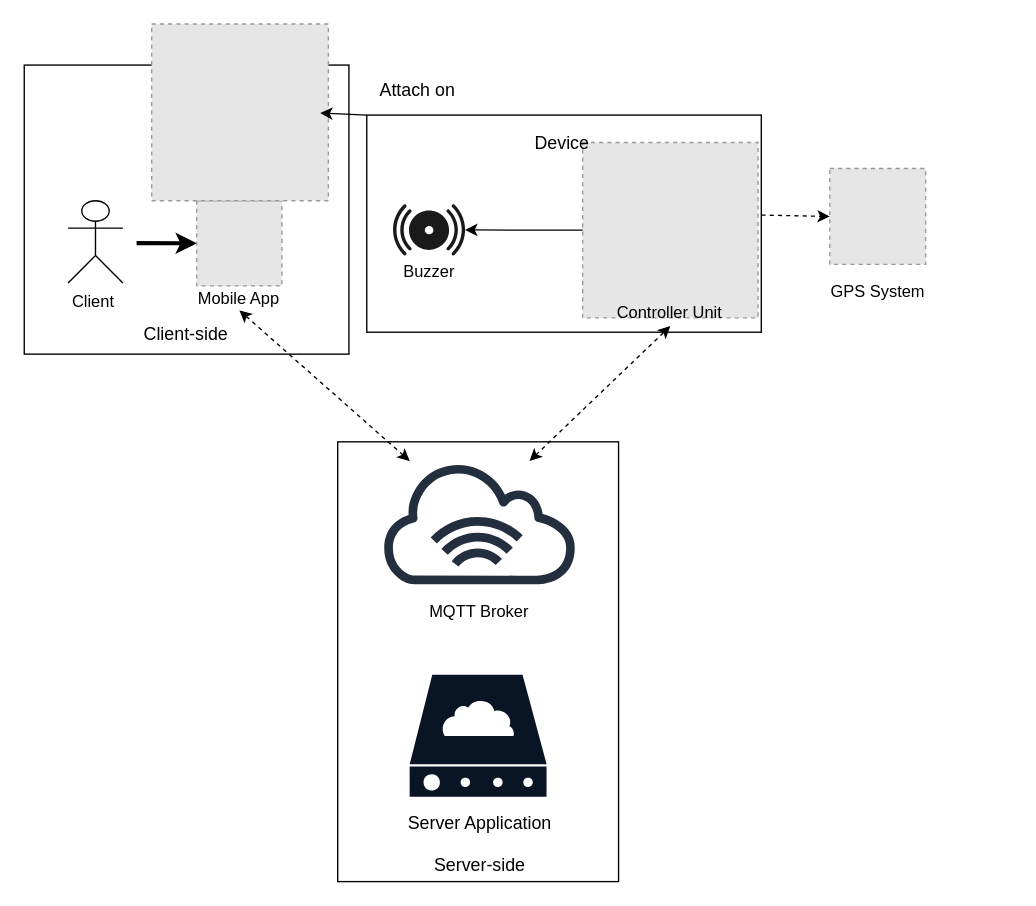
This is page "System Architecture" (5 of 5) of Untitled Diagram.drawio from ntxtung/DrawIORepo, a draw.io file, before an edit. Source tidied: cells renumbered, new cells numbered last; positions are measured from the earlier drawing's top-left corner, leaving out a move shared by most shapes. Both pictures are drawn from the tidied source at 137%, with x=0, y=0 at pixel (23, 23). Pictures stored in the file or linked from it are replaced by grey dashed boxes.
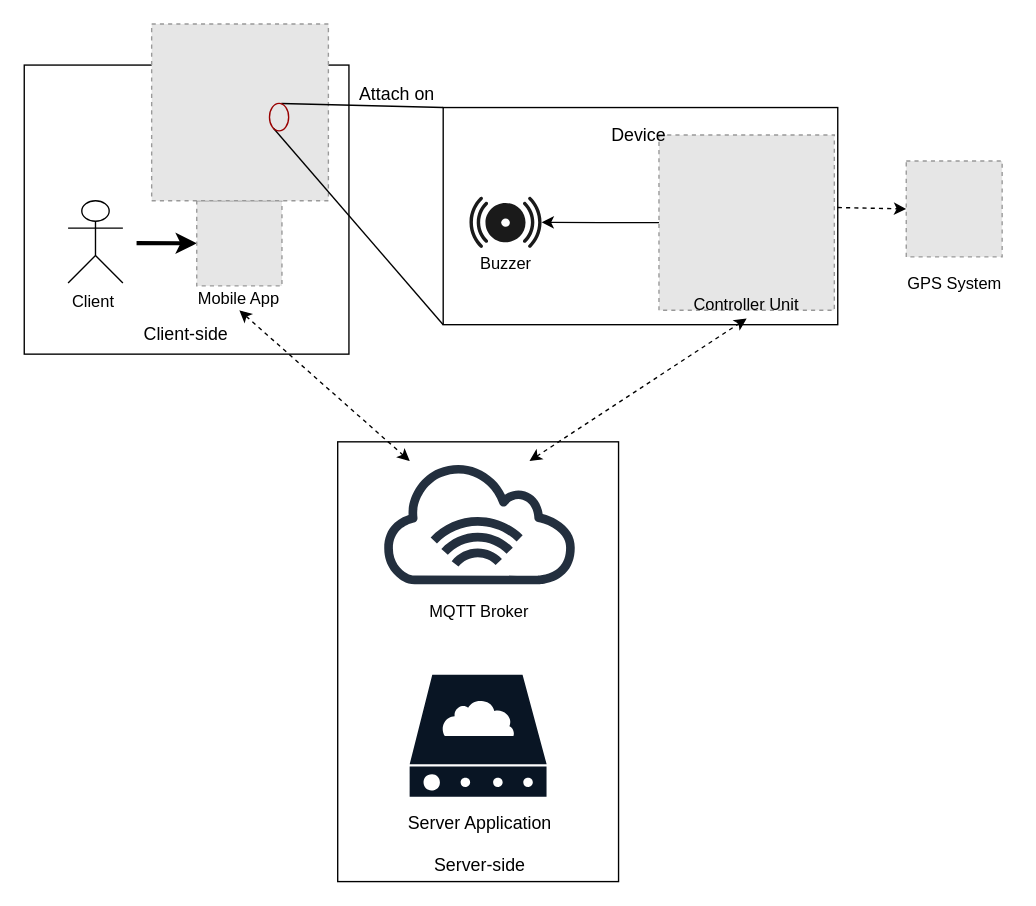
The same diagram, later.

The change refers to these unchanged cells:
```xml
<mxCell id="24" style="fillColor=#E6E6E6;strokeColor=#999999;dashed=1;html=1;verticalAlign=top;verticalLabelPosition=bottom;labelBackgroundColor=#ffffff;" parent="1" vertex="1">
  <mxGeometry x="93.2" width="129" height="129" as="geometry" />
</mxCell>
```

Diff of the diagram source:
```diff
@@
     <mxCell id="4" style="rounded=0;whiteSpace=wrap;html=1;fillColor=none;" parent="1" vertex="1">
-      <mxGeometry x="250.2" y="66.5" width="288" height="158.5" as="geometry" />
+      <mxGeometry x="306" y="61" width="288" height="158.5" as="geometry" />
     </mxCell>
     <mxCell id="5" style="group;" parent="1" vertex="1">
-      <mxGeometry x="407.8" y="86.5" width="150" height="155" as="geometry" />
+      <mxGeometry x="463.5" y="81" width="150" height="155" as="geometry" />
     </mxCell>
@@
     <mxCell id="9" style="fillColor=#E6E6E6;strokeColor=#999999;dashed=1;html=1;verticalAlign=top;verticalLabelPosition=bottom;labelBackgroundColor=#ffffff;" parent="1" vertex="1">
-      <mxGeometry x="588.2" y="105.5" width="70" height="70" as="geometry" />
+      <mxGeometry x="644" y="100" width="70" height="70" as="geometry" />
     </mxCell>
     <mxCell id="10" value="GPS System" style="text;html=1;strokeColor=none;fillColor=none;align=center;verticalAlign=middle;whiteSpace=wrap;rounded=0;" parent="1" vertex="1">
-      <mxGeometry x="580.8" y="185.5" width="85" height="20" as="geometry" />
+      <mxGeometry x="636.5" y="180" width="85" height="20" as="geometry" />
     </mxCell>
@@
     <mxCell id="21" style="shadow=0;dashed=0;html=1;strokeColor=none;fillColor=#1A1A1A;labelPosition=center;verticalLabelPosition=bottom;verticalAlign=top;align=center;outlineConnect=0;shape=mxgraph.veeam.2d.alarm;" parent="1" vertex="1">
-      <mxGeometry x="269.2" y="131.5" width="52.8" height="37.6" as="geometry" />
+      <mxGeometry x="325" y="126" width="52.8" height="37.6" as="geometry" />
     </mxCell>
@@
     <mxCell id="23" value="Buzzer" style="text;html=1;strokeColor=none;fillColor=none;align=center;verticalAlign=middle;whiteSpace=wrap;rounded=0;rotation=0;" parent="1" vertex="1">
-      <mxGeometry x="250.8" y="165.5" width="90" height="30" as="geometry" />
+      <mxGeometry x="306.5" y="160" width="90" height="30" as="geometry" />
     </mxCell>
@@
-    <mxCell id="25" style="endArrow=classic;html=1;exitX=0;exitY=0;exitDx=0;exitDy=0;" parent="1" edge="1" source="4">
-      <mxGeometry relative="1" as="geometry">
-        <mxPoint x="216.2" y="65" as="targetPoint" />
-      </mxGeometry>
-    </mxCell>
     <mxCell id="26" value="Attach on" style="text;html=1;strokeColor=none;fillColor=none;align=center;verticalAlign=middle;whiteSpace=wrap;rounded=0;fontSize=13;" parent="1" vertex="1">
-      <mxGeometry x="237.2" y="38" width="101" height="20" as="geometry" />
+      <mxGeometry x="222.2" y="41" width="101" height="20" as="geometry" />
     </mxCell>
@@
+    <mxCell id="31" style="endArrow=none;html=1;entryX=0;entryY=0;entryDx=0;entryDy=0;exitX=0.734;exitY=0.45;exitDx=0;exitDy=0;exitPerimeter=0;" parent="1" edge="1" source="24" target="4">
+      <mxGeometry relative="1" as="geometry" />
+    </mxCell>
+    <mxCell id="32" style="endArrow=none;html=1;exitX=0;exitY=1;exitDx=0;exitDy=0;entryX=0.688;entryY=0.589;entryDx=0;entryDy=0;entryPerimeter=0;" parent="1" edge="1" source="4" target="24">
+      <mxGeometry relative="1" as="geometry" />
+    </mxCell>
+    <mxCell id="33" style="ellipse;whiteSpace=wrap;html=1;fillColor=none;strokeColor=#990000;" parent="1" vertex="1">
+      <mxGeometry x="179.2" y="58" width="14" height="20" as="geometry" />
+    </mxCell>
```
